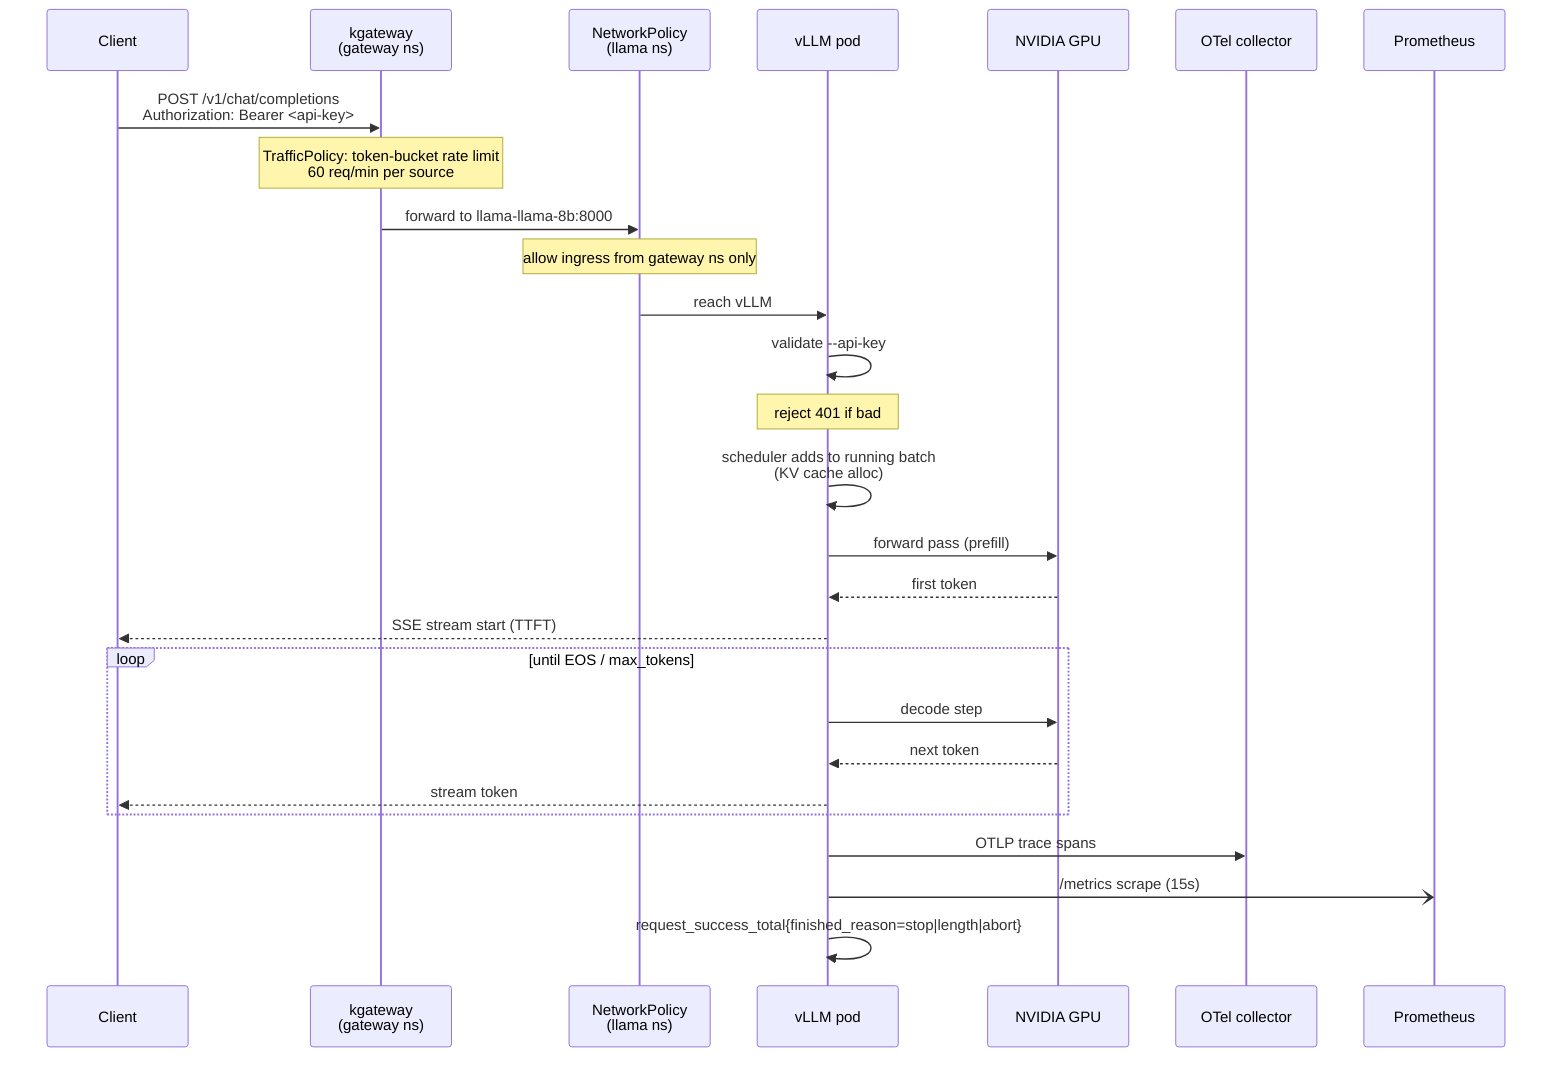
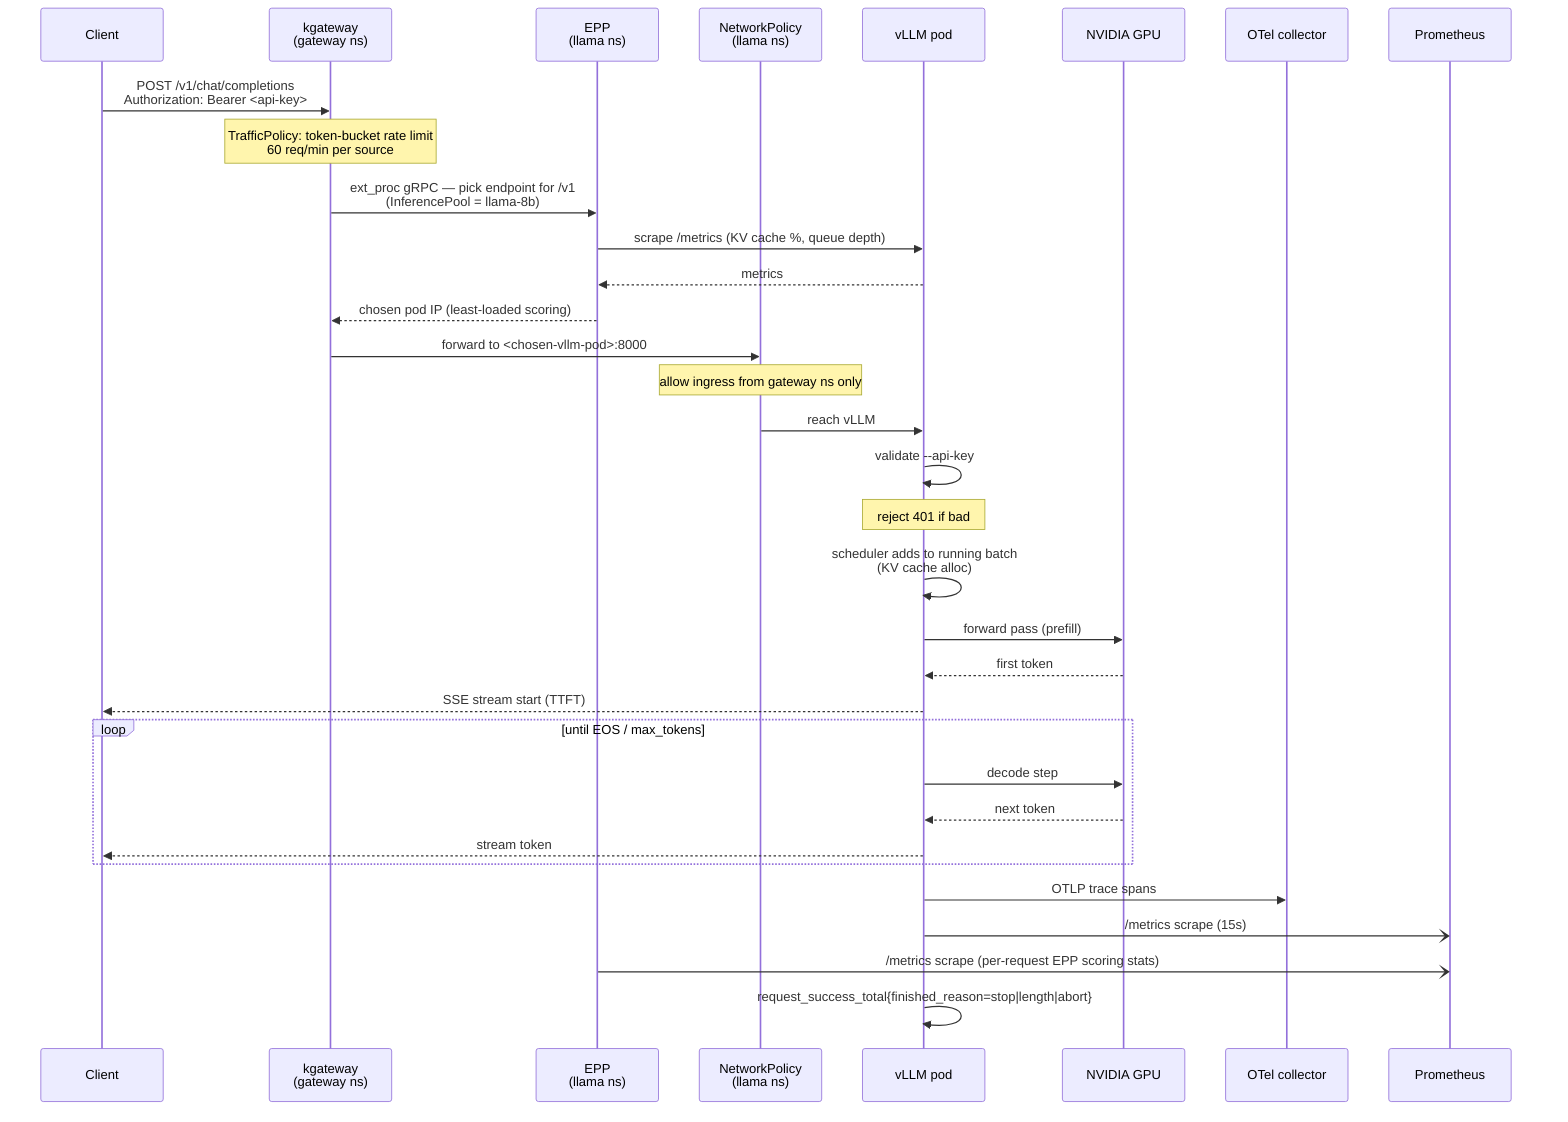
sequenceDiagram
  participant C as Client
  participant G as kgateway<br/>(gateway ns)
+   participant E as EPP<br/>(llama ns)
  participant NP as NetworkPolicy<br/>(llama ns)
  participant V as vLLM pod
  participant GPU as NVIDIA GPU
  participant OT as OTel collector
  participant P as Prometheus

  C->>G: POST /v1/chat/completions<br/>Authorization: Bearer <api-key>
  Note over G: TrafficPolicy: token-bucket rate limit<br/>60 req/min per source
-   G->>NP: forward to llama-llama-8b:8000
+   G->>E: ext_proc gRPC — pick endpoint for /v1<br/>(InferencePool = llama-8b)
+   E->>V: scrape /metrics (KV cache %, queue depth)
+   V-->>E: metrics
+   E-->>G: chosen pod IP (least-loaded scoring)
+   G->>NP: forward to <chosen-vllm-pod>:8000
  Note over NP: allow ingress from gateway ns only
  NP->>V: reach vLLM
  V->>V: validate --api-key
  Note over V: reject 401 if bad
  V->>V: scheduler adds to running batch<br/>(KV cache alloc)
  V->>GPU: forward pass (prefill)
  GPU-->>V: first token
  V-->>C: SSE stream start (TTFT)
  loop until EOS / max_tokens
    V->>GPU: decode step
    GPU-->>V: next token
    V-->>C: stream token
  end
  V->>OT: OTLP trace spans
  V-)P: /metrics scrape (15s)
+   E-)P: /metrics scrape (per-request EPP scoring stats)
  V->>V: request_success_total{finished_reason=stop|length|abort}
